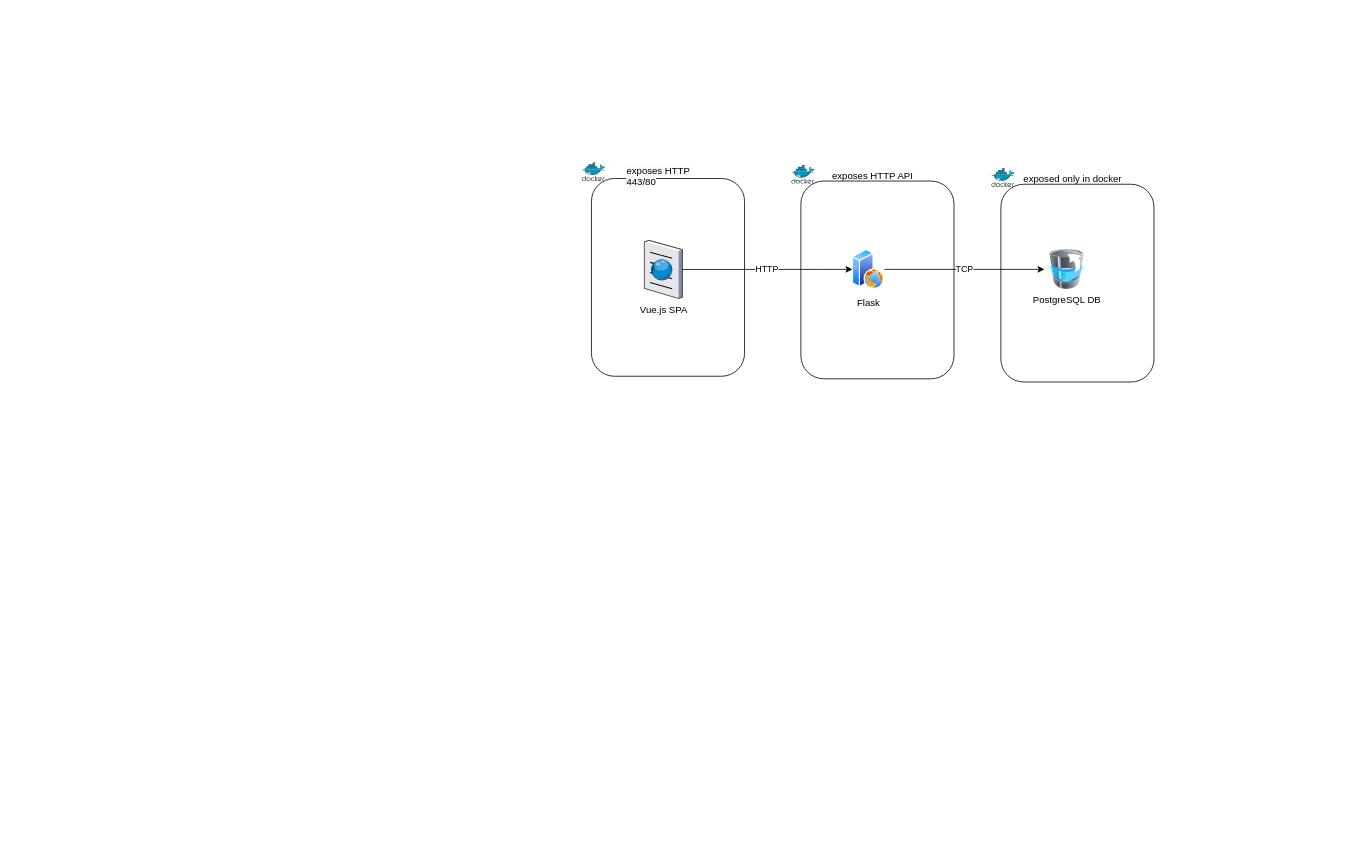
Earlier version of the draw.io diagram page "Docker Architecture" (2 of 2) of lig-finder.drawio (digitalcityscience/ligfinder_refactor). Source tidied: cells renumbered, new cells numbered last; positions are measured from the earlier drawing's top-left corner, leaving out a move shared by most shapes. Both pictures are drawn from the tidied source at 80%, with x=0, y=0 at pixel (582, 159).
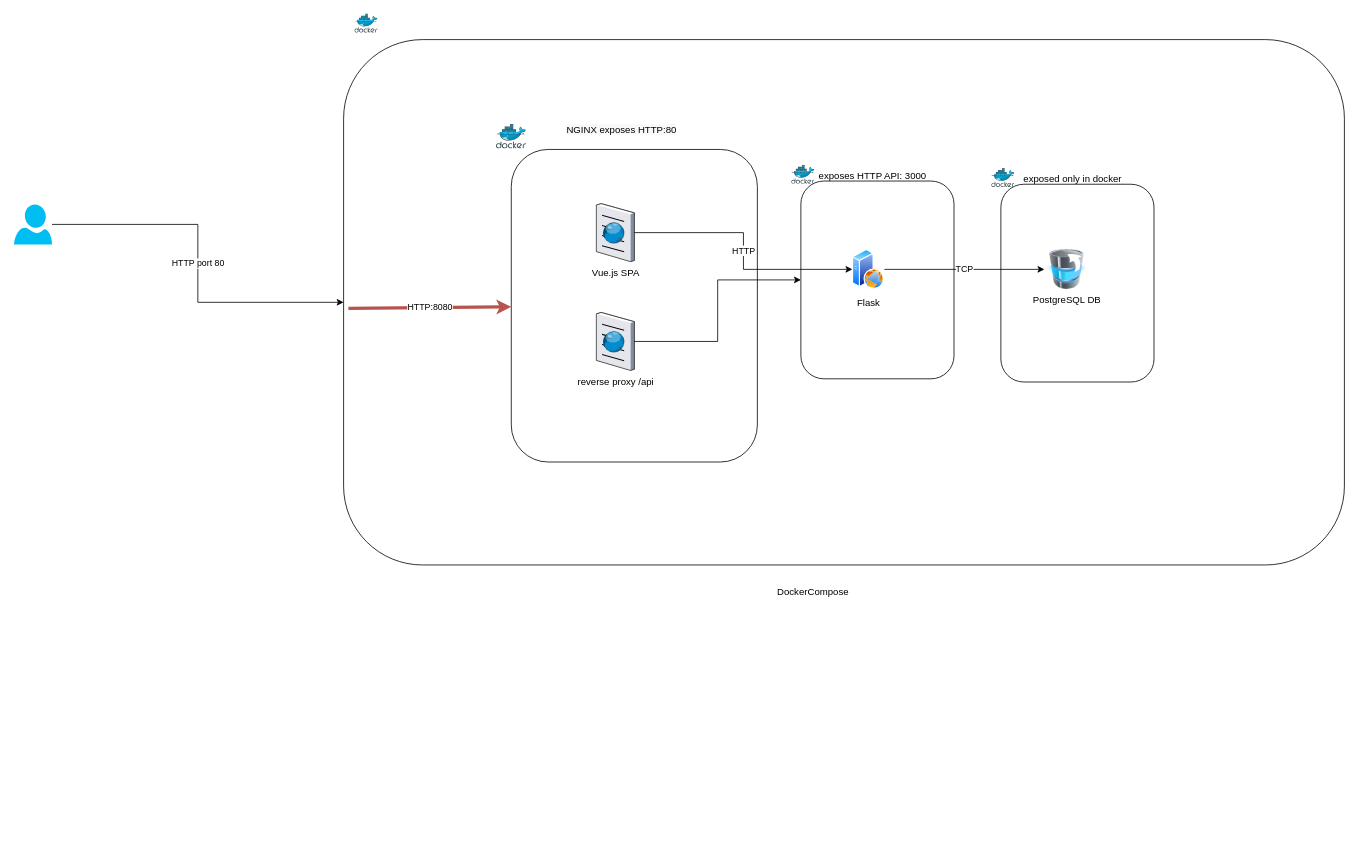
Above is the later version.

The change refers to these unchanged cells:
```xml
<mxCell id="3" style="rounded=1;whiteSpace=wrap;html=1;" parent="2" vertex="1">
  <mxGeometry x="11.6" y="19.8" width="191.4" height="247.2" as="geometry" />
</mxCell>
```

Change to the diagram source:
```diff
@@
+    <mxCell id="17" style="group;" parent="1" vertex="1">
+      <mxGeometry x="-298" y="-150" width="1251" height="1007" as="geometry" />
+    </mxCell>
+    <mxCell id="18" style="rounded=1;whiteSpace=wrap;html=1;" parent="17" vertex="1">
+      <mxGeometry width="1251" height="656.7" as="geometry" />
+    </mxCell>
+    <mxCell id="19" value="DockerCompose" style="text;html=1;strokeColor=none;fillColor=none;align=center;verticalAlign=middle;whiteSpace=wrap;rounded=0;" parent="17" vertex="1">
+      <mxGeometry x="273.7" y="527" width="625.5" height="328.4" as="geometry" />
+    </mxCell>
+    <mxCell id="11" style="group;" parent="17" vertex="1">
+      <mxGeometry x="191" y="106" width="326.2" height="422" as="geometry" />
+    </mxCell>
+    <mxCell id="12" style="rounded=1;whiteSpace=wrap;html=1;" parent="11" vertex="1">
+      <mxGeometry x="18.6" y="31.3" width="307.6" height="390.7" as="geometry" />
+    </mxCell>
+    <mxCell id="13" style="sketch=0;html=1;align=center;image;fontSize=12;image=img/lib/mscae/Docker.svg;" parent="11" vertex="1">
+      <mxGeometry width="37.4" height="30.6" as="geometry" />
+    </mxCell>
+    <mxCell id="14" value="&lt;span style=&quot;color: rgb(0 , 0 , 0) ; font-family: &amp;#34;helvetica&amp;#34; ; font-size: 12px ; font-style: normal ; font-weight: 400 ; letter-spacing: normal ; text-align: center ; text-indent: 0px ; text-transform: none ; word-spacing: 0px ; background-color: rgb(248 , 249 , 250) ; display: inline ; float: none&quot;&gt;NGINX exposes HTTP:80&lt;/span&gt;" style="text;whiteSpace=wrap;html=1;" parent="11" vertex="1">
+      <mxGeometry x="86.4" y="-6.7" width="194.5" height="44.3" as="geometry" />
+    </mxCell>
+    <mxCell id="15" value="Vue.js SPA" style="verticalLabelPosition=bottom;sketch=0;html=1;verticalAlign=top;strokeColor=none;align=center;outlineConnect=0;shape=mxgraph.citrix.browser;" parent="11" vertex="1">
+      <mxGeometry x="125" y="99" width="47.5" height="72.5" as="geometry" />
+    </mxCell>
+    <mxCell id="20" value="reverse proxy /api" style="verticalLabelPosition=bottom;sketch=0;html=1;verticalAlign=top;strokeColor=none;align=center;outlineConnect=0;shape=mxgraph.citrix.browser;" parent="11" vertex="1">
+      <mxGeometry x="125" y="235" width="47.5" height="72.5" as="geometry" />
+    </mxCell>
-    <mxCell id="2" value="exposes HTTP API" style="group;" parent="1" vertex="1">
+    <mxCell id="2" value="exposes HTTP API: 3000" style="group;" parent="1" vertex="1">
       <mxGeometry x="262" y="7" width="203" height="267" as="geometry" />
     </mxCell>
@@
-    <mxCell id="11" style="group;" parent="1" vertex="1">
-      <mxGeometry x="0.2" y="3.8" width="203" height="267" as="geometry" />
-    </mxCell>
-    <mxCell id="12" style="rounded=1;whiteSpace=wrap;html=1;" parent="11" vertex="1">
-      <mxGeometry x="11.6" y="19.8" width="191.4" height="247.2" as="geometry" />
-    </mxCell>
-    <mxCell id="13" style="sketch=0;html=1;align=center;image;fontSize=12;image=img/lib/mscae/Docker.svg;" parent="11" vertex="1">
-      <mxGeometry width="29" height="23.8" as="geometry" />
-    </mxCell>
-    <mxCell id="14" value="&lt;span style=&quot;color: rgb(0 , 0 , 0) ; font-family: &amp;#34;helvetica&amp;#34; ; font-size: 12px ; font-style: normal ; font-weight: 400 ; letter-spacing: normal ; text-align: center ; text-indent: 0px ; text-transform: none ; word-spacing: 0px ; background-color: rgb(248 , 249 , 250) ; display: inline ; float: none&quot;&gt;exposes HTTP 443/80&lt;/span&gt;" style="text;whiteSpace=wrap;html=1;" parent="11" vertex="1">
-      <mxGeometry x="53.8" y="-4.2" width="121" height="28" as="geometry" />
-    </mxCell>
-    <mxCell id="15" value="Vue.js SPA" style="verticalLabelPosition=bottom;sketch=0;html=1;verticalAlign=top;strokeColor=none;align=center;outlineConnect=0;shape=mxgraph.citrix.browser;" parent="1" vertex="1">
-      <mxGeometry x="78" y="101" width="47.5" height="72.5" as="geometry" />
-    </mxCell>
@@
+    <mxCell id="21" style="sketch=0;html=1;align=center;image;fontSize=12;image=img/lib/mscae/Docker.svg;" parent="1" vertex="1">
+      <mxGeometry x="-284" y="-182" width="29" height="23.8" as="geometry" />
+    </mxCell>
+    <mxCell id="22" style="edgeStyle=orthogonalEdgeStyle;rounded=0;jettySize=auto;html=1;" parent="1" edge="1" source="20" target="3">
+      <mxGeometry relative="1" as="geometry" />
+    </mxCell>
+    <mxCell id="23" value="HTTP port 80" style="edgeStyle=orthogonalEdgeStyle;rounded=0;jettySize=auto;html=1;" parent="1" edge="1" source="24" target="18">
+      <mxGeometry relative="1" as="geometry" />
+    </mxCell>
+    <mxCell id="24" style="verticalLabelPosition=bottom;html=1;verticalAlign=top;align=center;strokeColor=none;fillColor=#00BEF2;shape=mxgraph.azure.user;" parent="1" vertex="1">
+      <mxGeometry x="-710" y="56" width="47.5" height="50" as="geometry" />
+    </mxCell>
+    <mxCell id="25" value="HTTP:8080&lt;br&gt;" style="endArrow=classic;html=1;rounded=0;fillColor=#f8cecc;strokeColor=#b85450;strokeWidth=4;" parent="1" edge="1" target="12">
+      <mxGeometry relative="1" as="geometry">
+        <mxPoint x="-292" y="186" as="sourcePoint" />
+      </mxGeometry>
+    </mxCell>
```
